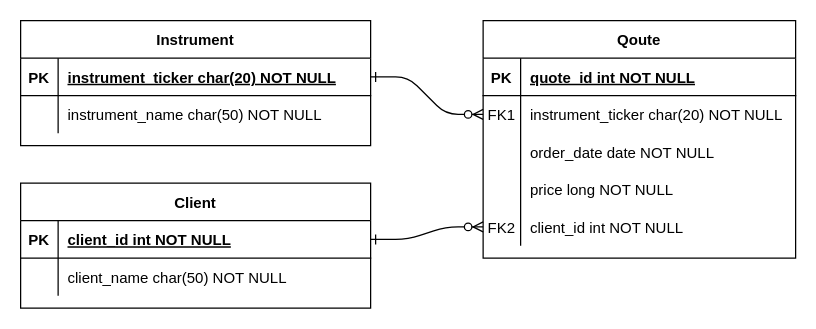
Above: Documentation/Quotes_ERD.drawio in JacekCzupyt/stock-quotes (draw.io), before the change. Source tidied: cells renumbered, new cells numbered last; positions are measured from the earlier drawing's top-left corner, leaving out a move shared by most shapes. Both pictures are drawn from the tidied source at 125%, with x=0, y=0 at pixel (20, 20).
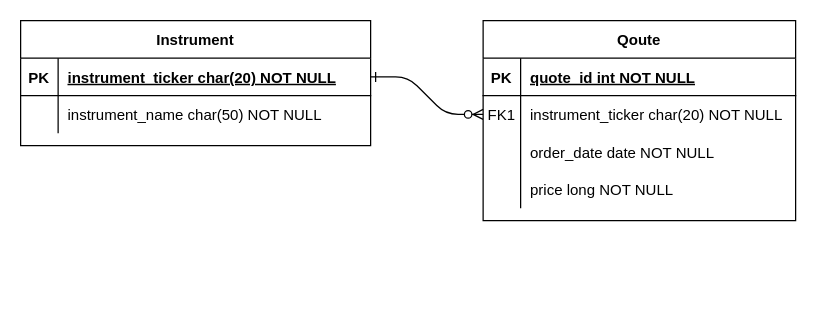
Above is the later version.

Commit message:
Remove unnecessary Customer from ERD

Change to the diagram source:
```diff
@@
     <mxCell id="3" value="Qoute" style="shape=table;startSize=30;childLayout=tableLayout;rowLines=0;fontStyle=1;align=center;" parent="1" vertex="1">
-      <mxGeometry x="370" width="250" height="190" as="geometry" />
+      <mxGeometry x="370" width="250" height="160" as="geometry" />
     </mxCell>
@@
-    <mxCell id="16" style="shape=partialRectangle;fillColor=none;points=[[0,0.5],[1,0.5]];portConstraint=eastwest;top=0;left=0;right=0;bottom=0;" parent="3" vertex="1">
-      <mxGeometry y="150" width="250" height="30" as="geometry" />
-    </mxCell>
-    <mxCell id="17" value="FK2" style="shape=partialRectangle;overflow=hidden;fillColor=none;top=0;left=0;bottom=0;right=0;" parent="16" vertex="1">
-      <mxGeometry width="30" height="30" as="geometry" />
-    </mxCell>
-    <mxCell id="18" value="client_id int NOT NULL" style="shape=partialRectangle;overflow=hidden;fillColor=none;top=0;left=0;bottom=0;right=0;align=left;spacingLeft=6;" parent="16" vertex="1">
-      <mxGeometry x="30" width="220" height="30" as="geometry" />
-    </mxCell>
-    <mxCell id="19" value="Client" style="shape=table;startSize=30;childLayout=tableLayout;rowLines=0;fontStyle=1;align=center;" parent="1" vertex="1">
-      <mxGeometry y="130" width="280" height="100" as="geometry" />
-    </mxCell>
-    <mxCell id="20" style="shape=partialRectangle;fillColor=none;points=[[0,0.5],[1,0.5]];portConstraint=eastwest;top=0;left=0;right=0;bottom=1;" parent="19" vertex="1">
-      <mxGeometry y="30" width="280" height="30" as="geometry" />
-    </mxCell>
-    <mxCell id="21" value="PK" style="shape=partialRectangle;overflow=hidden;fillColor=none;top=0;left=0;bottom=0;right=0;fontStyle=1;" parent="20" vertex="1">
-      <mxGeometry width="30" height="30" as="geometry" />
-    </mxCell>
-    <mxCell id="22" value="client_id int NOT NULL " style="shape=partialRectangle;overflow=hidden;fillColor=none;top=0;left=0;bottom=0;right=0;align=left;spacingLeft=6;fontStyle=5;" parent="20" vertex="1">
-      <mxGeometry x="30" width="250" height="30" as="geometry" />
-    </mxCell>
-    <mxCell id="23" style="shape=partialRectangle;fillColor=none;top=0;left=0;right=0;bottom=0;" parent="19" vertex="1">
-      <mxGeometry y="60" width="280" height="30" as="geometry" />
-    </mxCell>
-    <mxCell id="24" style="shape=partialRectangle;overflow=hidden;fillColor=none;top=0;left=0;bottom=0;right=0;" parent="23" vertex="1">
-      <mxGeometry width="30" height="30" as="geometry" />
-    </mxCell>
-    <mxCell id="25" value="client_name char(50) NOT NULL" style="shape=partialRectangle;overflow=hidden;fillColor=none;top=0;left=0;bottom=0;right=0;align=left;spacingLeft=6;" parent="23" vertex="1">
-      <mxGeometry x="30" width="250" height="30" as="geometry" />
-    </mxCell>
@@
-    <mxCell id="33" style="edgeStyle=entityRelationEdgeStyle;endArrow=ERzeroToMany;startArrow=ERone;endFill=1;startFill=0;entryX=0;entryY=0.5;entryDx=0;entryDy=0;exitX=1;exitY=0.5;exitDx=0;exitDy=0;" parent="1" edge="1" source="20" target="16">
-      <mxGeometry relative="1" as="geometry" />
-    </mxCell>
```
